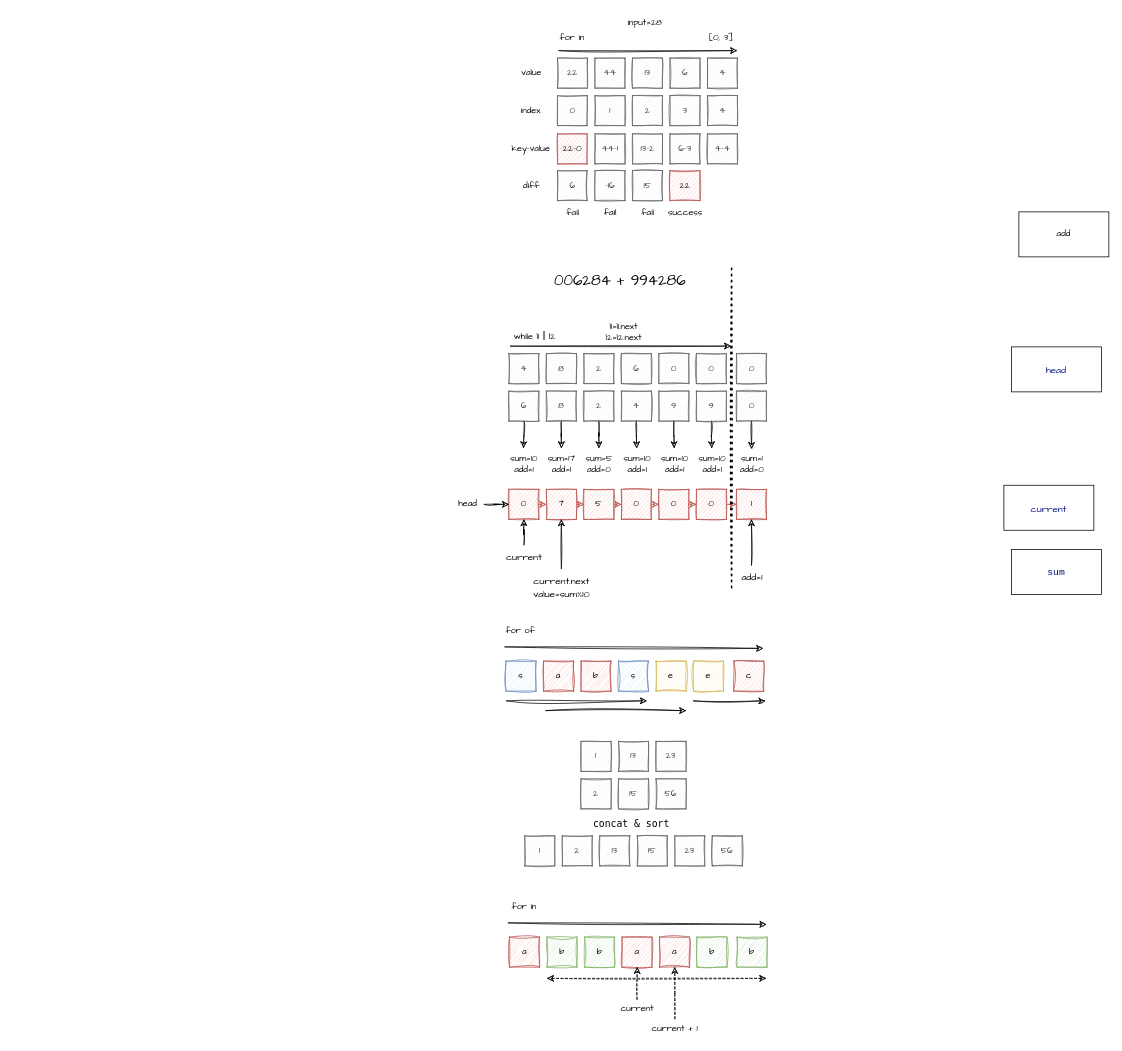
This is 房子.drawio from heggria/blog, a draw.io file, before an edit. Source tidied: cells renumbered, new cells numbered last; positions are measured from the earlier drawing's top-left corner, leaving out a move shared by most shapes. Both pictures are drawn from the tidied source at 75%, with x=0, y=0 at pixel (450, 13).
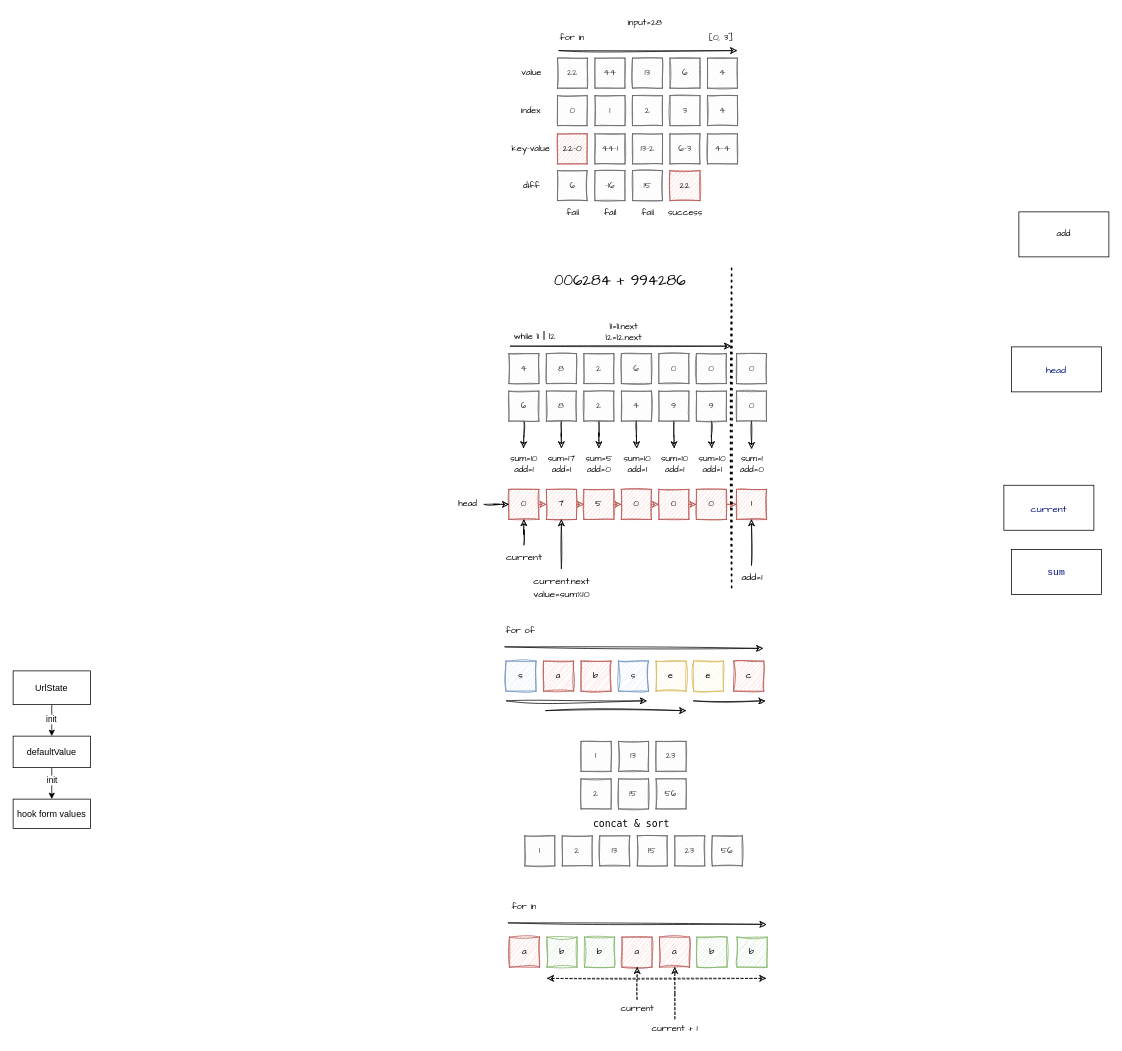
The same page after the edit.

Change to the diagram source:
```diff
@@
+    <mxCell id="130" style="edgeStyle=orthogonalEdgeStyle;rounded=0;jettySize=auto;html=1;exitX=0.5;exitY=1;exitDx=0;exitDy=0;entryX=0.5;entryY=0;entryDx=0;entryDy=0;" parent="1" edge="1" source="132" target="136">
+      <mxGeometry relative="1" as="geometry" />
+    </mxCell>
+    <mxCell id="131" value="init" style="edgeLabel;html=1;align=center;verticalAlign=middle;" parent="130" vertex="1">
+      <mxGeometry x="-0.1" y="-1" relative="1" as="geometry" />
+    </mxCell>
+    <mxCell id="132" value="UrlState" style="rounded=0;whiteSpace=wrap;html=1;" parent="1" vertex="1">
+      <mxGeometry x="-583" y="877" width="103" height="45" as="geometry" />
+    </mxCell>
+    <mxCell id="133" style="edgeStyle=orthogonalEdgeStyle;rounded=0;jettySize=auto;html=1;exitX=0.5;exitY=1;exitDx=0;exitDy=0;entryX=0.5;entryY=0;entryDx=0;entryDy=0;" parent="1" edge="1" source="136" target="135">
+      <mxGeometry relative="1" as="geometry" />
+    </mxCell>
+    <mxCell id="134" value="init" style="edgeLabel;html=1;align=center;verticalAlign=middle;" parent="133" vertex="1">
+      <mxGeometry x="-0.22" relative="1" as="geometry" />
+    </mxCell>
+    <mxCell id="135" value="hook form values" style="rounded=0;whiteSpace=wrap;html=1;" parent="1" vertex="1">
+      <mxGeometry x="-583" y="1048" width="103" height="39" as="geometry" />
+    </mxCell>
+    <mxCell id="136" value="defaultValue" style="rounded=0;whiteSpace=wrap;html=1;" parent="1" vertex="1">
+      <mxGeometry x="-583" y="964" width="103" height="42" as="geometry" />
+    </mxCell>
```
